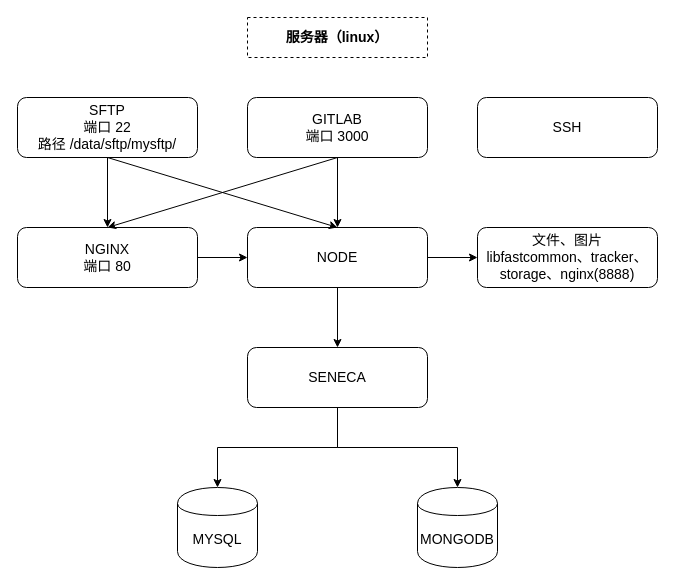
Earlier version of the draw.io diagram 整体系统结构.drawio (8230459/drawio). Source tidied: cells renumbered, new cells numbered last; positions are measured from the earlier drawing's top-left corner, leaving out a move shared by most shapes. Both pictures are drawn from the tidied source at 100%, with x=0, y=0 at pixel (17, 17).
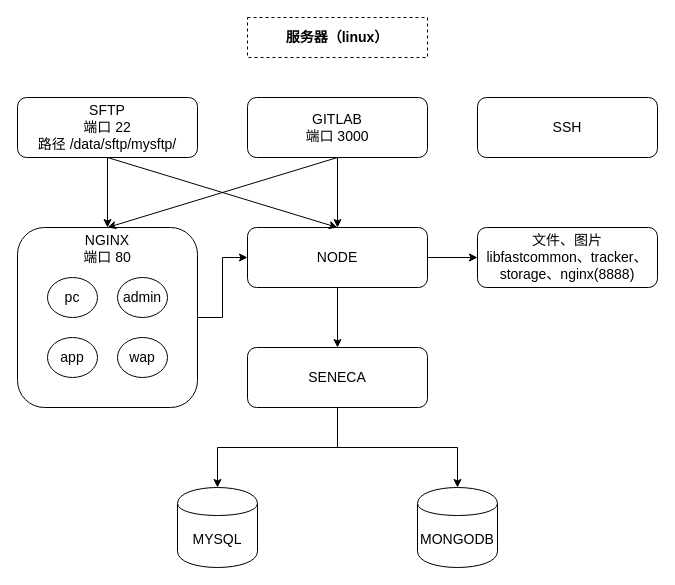
The same diagram, later.

Commit message:
Update 整体系统结构.drawio

What changed in the source:
```diff
@@
-    <mxCell id="11" value="NGINX&#10;端口 80" style="rounded=1;whiteSpace=wrap;strokeWidth=1;fontSize=14;fontStyle=0;fontFamily=Helvetica;verticalAlign=middle;horizontal=1;spacing=0;" parent="1" vertex="1">
-      <mxGeometry y="210" width="180" height="60" as="geometry" />
+    <mxCell id="11" value="NGINX&#10;端口 80" style="rounded=1;whiteSpace=wrap;strokeWidth=1;fontSize=14;fontStyle=0;fontFamily=Helvetica;verticalAlign=top;horizontal=1;spacing=0;" parent="1" vertex="1">
+      <mxGeometry y="210" width="180" height="180" as="geometry" />
     </mxCell>
@@
+    <mxCell id="21" value="pc" style="ellipse;whiteSpace=wrap;html=1;strokeWidth=1;fontFamily=Helvetica;fontSize=14;" parent="1" vertex="1">
+      <mxGeometry x="30" y="260" width="50" height="40" as="geometry" />
+    </mxCell>
+    <mxCell id="22" value="app" style="ellipse;whiteSpace=wrap;html=1;strokeWidth=1;fontFamily=Helvetica;fontSize=14;" parent="1" vertex="1">
+      <mxGeometry x="30" y="320" width="50" height="40" as="geometry" />
+    </mxCell>
+    <mxCell id="23" value="admin" style="ellipse;whiteSpace=wrap;html=1;strokeWidth=1;fontFamily=Helvetica;fontSize=14;" parent="1" vertex="1">
+      <mxGeometry x="100" y="260" width="50" height="40" as="geometry" />
+    </mxCell>
+    <mxCell id="24" value="wap" style="ellipse;whiteSpace=wrap;html=1;strokeWidth=1;fontFamily=Helvetica;fontSize=14;" parent="1" vertex="1">
+      <mxGeometry x="100" y="320" width="50" height="40" as="geometry" />
+    </mxCell>
```
